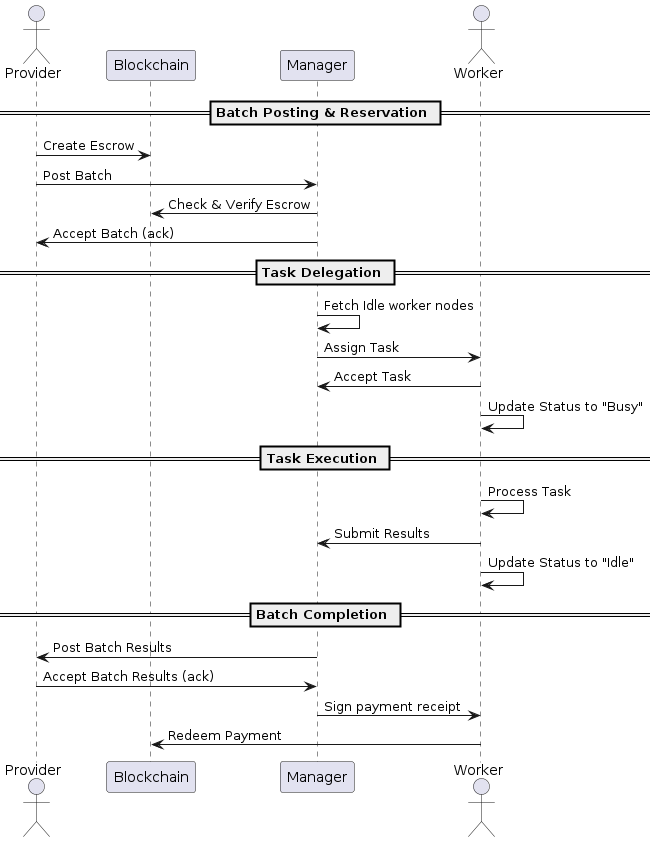
Above: docs/public/diagrams/sequence.png in effectai/engine (PlantUML), before the change.
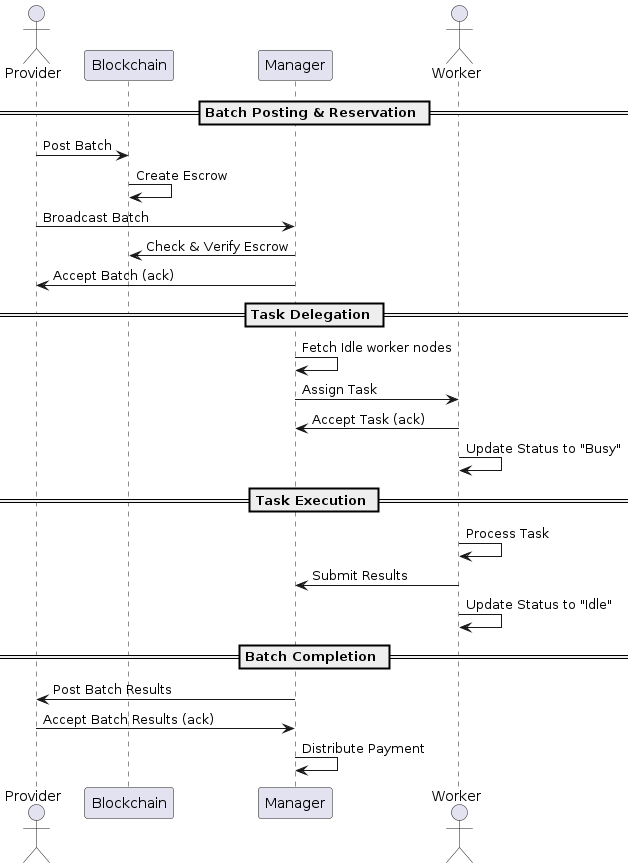
Above is the later version.

What changed in the source:
```diff
@@ -6,15 +6,16 @@
 actor Worker
 
 == Batch Posting & Reservation ==
-Provider -> Blockchain: Create Escrow
-Provider -> Manager: Post Batch
+Provider -> Blockchain: Post Batch
+Blockchain -> Blockchain: Create Escrow
+Provider -> Manager: Broadcast Batch
 Manager -> Blockchain: Check & Verify Escrow
 Manager -> Provider: Accept Batch (ack)
 
 == Task Delegation ==
 Manager -> Manager: Fetch Idle worker nodes
 Manager -> Worker: Assign Task
-Worker -> Manager: Accept Task
+Worker -> Manager: Accept Task (ack)
 Worker -> Worker: Update Status to "Busy"
 
 == Task Execution ==
@@ -25,7 +26,6 @@
 == Batch Completion ==
 Manager -> Provider: Post Batch Results
 Provider -> Manager: Accept Batch Results (ack)
-Manager -> Worker: Sign payment receipt
-Worker -> Blockchain: Redeem Payment
+Manager -> Manager: Distribute Payment
 
 @enduml
```
